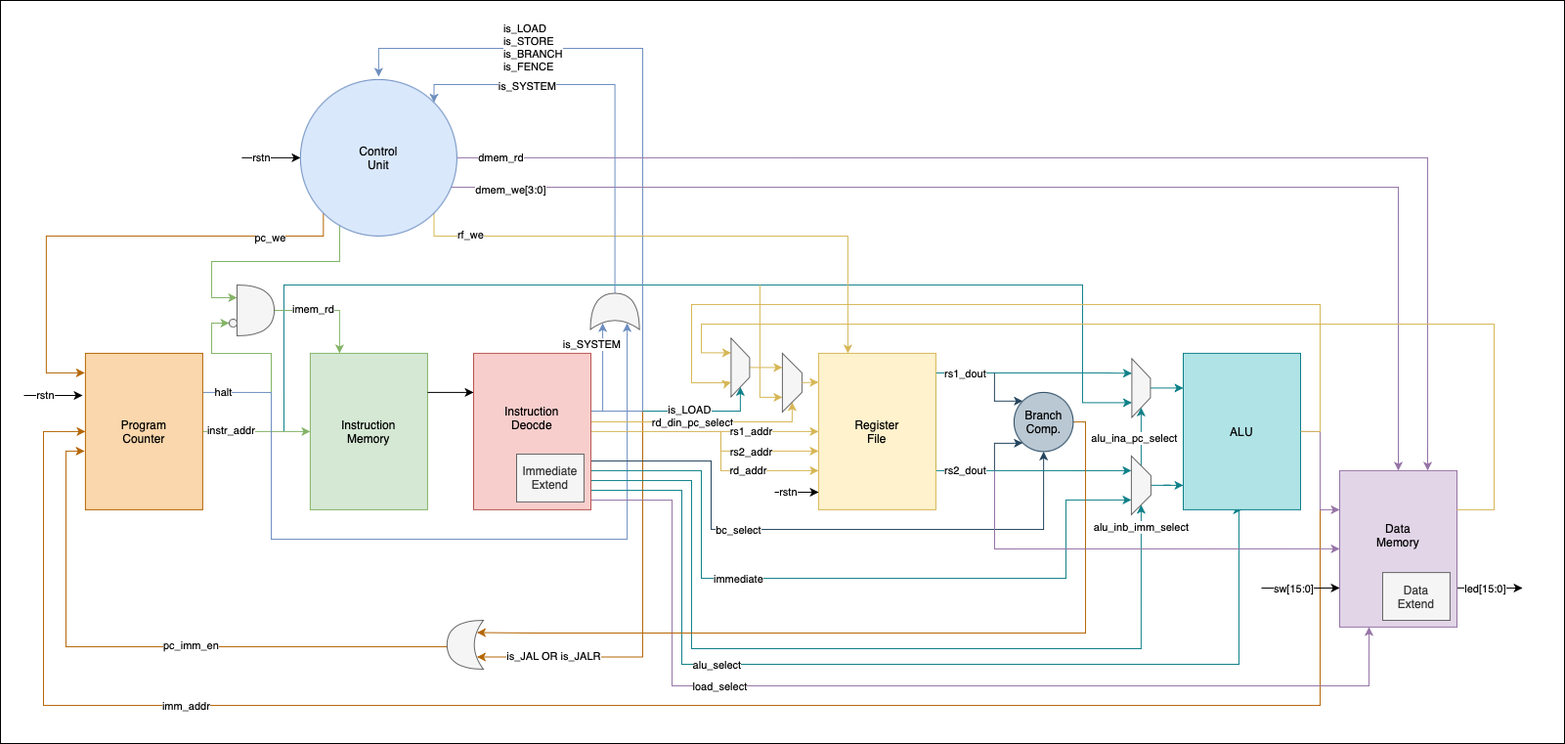
Above: Integration.drawio.png in bytechar/RISCV-32 (draw.io), before the change. Source tidied: cells renumbered, new cells last; positions are measured from the earlier drawing's top-left corner, leaving out a move shared by most shapes.
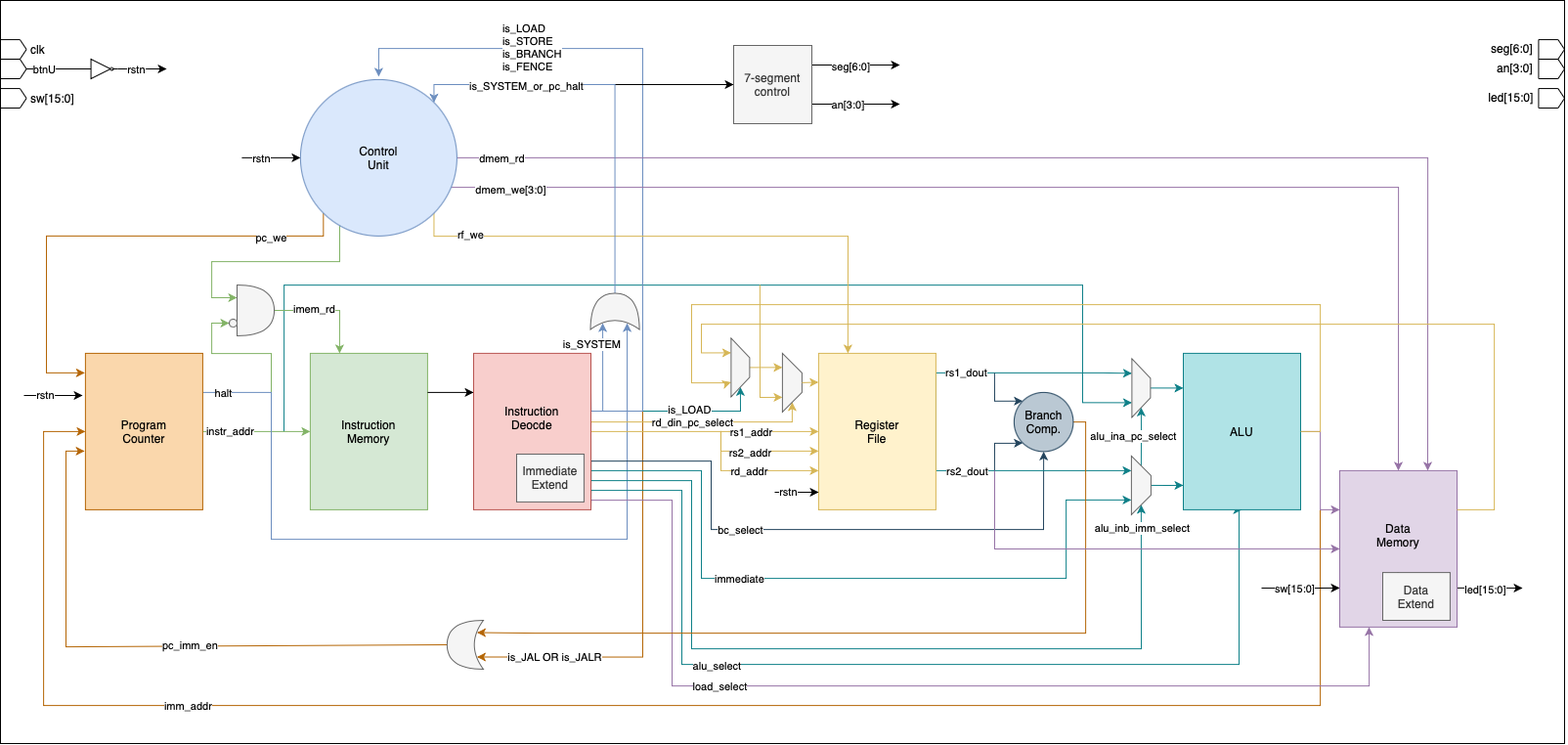
After the change.

Change to the diagram source:
```diff
@@ -471,6 +471,11 @@
     <mxCell id="78" style="edgeStyle=orthogonalEdgeStyle;rounded=0;jettySize=auto;html=1;exitX=0.5;exitY=0;exitDx=0;exitDy=0;entryX=0.25;entryY=1;entryDx=0;entryDy=0;strokeWidth=1;startArrow=none;startFill=0;endArrow=classic;endFill=1;fillColor=#fff2cc;strokeColor=#d6b656;" parent="1" edge="1" source="79" target="81">
       <mxGeometry relative="1" as="geometry" />
     </mxCell>
+    <mxCell id="99" style="endArrow=classic;html=1;rounded=0;entryX=0;entryY=0.5;entryDx=0;entryDy=0;" parent="1" edge="1" target="104">
+      <mxGeometry relative="1" as="geometry">
+        <mxPoint x="628" y="86" as="sourcePoint" />
+      </mxGeometry>
+    </mxCell>
     <mxCell id="79" style="shape=trapezoid;perimeter=trapezoidPerimeter;whiteSpace=wrap;html=1;fixedSize=1;rotation=90;fillColor=#f5f5f5;fontColor=#333333;strokeColor=#666666;" parent="1" vertex="1">
       <mxGeometry x="726.9" y="365.9" width="60" height="19" as="geometry" />
     </mxCell>
@@ -518,7 +523,7 @@
         </Array>
       </mxGeometry>
     </mxCell>
-    <mxCell id="88" value="is_SYSTEM" style="edgeLabel;html=1;align=center;verticalAlign=middle;" parent="87" vertex="1">
+    <mxCell id="88" value="is_SYSTEM_or_pc_halt" style="edgeLabel;html=1;align=center;verticalAlign=middle;" parent="87" vertex="1">
       <mxGeometry x="0.48" y="-3" relative="1" as="geometry">
         <mxPoint x="4" y="4" as="offset" />
       </mxGeometry>
@@ -555,5 +560,261 @@
     <mxCell id="98" value="Immediate&lt;br&gt;Extend" style="whiteSpace=wrap;html=1;fillColor=#f5f5f5;strokeColor=#666666;fontColor=#333333;" parent="1" vertex="1">
       <mxGeometry x="528" y="464" width="68.9" height="48.9" as="geometry" />
     </mxCell>
+    <mxCell id="100" style="edgeStyle=orthogonalEdgeStyle;rounded=0;jettySize=auto;html=1;exitX=1;exitY=0.25;exitDx=0;exitDy=0;" parent="1" edge="1" source="104">
+      <mxGeometry relative="1" as="geometry">
+        <mxPoint x="920" y="66" as="targetPoint" />
+      </mxGeometry>
+    </mxCell>
+    <mxCell id="101" value="seg[6:0]" style="edgeLabel;html=1;align=center;verticalAlign=middle;" parent="100" vertex="1">
+      <mxGeometry x="-0.29" y="-1" relative="1" as="geometry">
+        <mxPoint x="8" as="offset" />
+      </mxGeometry>
+    </mxCell>
+    <mxCell id="102" style="edgeStyle=orthogonalEdgeStyle;rounded=0;jettySize=auto;html=1;exitX=1;exitY=0.75;exitDx=0;exitDy=0;" parent="1" edge="1" source="104">
+      <mxGeometry relative="1" as="geometry">
+        <mxPoint x="920" y="106" as="targetPoint" />
+      </mxGeometry>
+    </mxCell>
+    <mxCell id="103" value="an[3:0]" style="edgeLabel;html=1;align=center;verticalAlign=middle;" parent="102" vertex="1">
+      <mxGeometry x="-0.21" relative="1" as="geometry" />
+    </mxCell>
+    <mxCell id="104" value="7-segment control" style="whiteSpace=wrap;html=1;fillColor=#f5f5f5;fontColor=#333333;strokeColor=#666666;" parent="1" vertex="1">
+      <mxGeometry x="750" y="46" width="80" height="80" as="geometry" />
+    </mxCell>
+    <mxCell id="105" style="group;" parent="1" vertex="1">
+      <mxGeometry y="40" width="26.6" height="20" as="geometry" />
+    </mxCell>
+    <mxCell id="106" style="endArrow=none;html=1;rounded=0;" parent="105" edge="1">
+      <mxGeometry relative="1" as="geometry">
+        <mxPoint y="0.1" as="sourcePoint" />
+        <mxPoint x="19.9" y="0.1" as="targetPoint" />
+      </mxGeometry>
+    </mxCell>
+    <mxCell id="107" style="endArrow=none;html=1;rounded=0;" parent="105" edge="1">
+      <mxGeometry relative="1" as="geometry">
+        <mxPoint y="20" as="sourcePoint" />
+        <mxPoint x="19.9" y="20" as="targetPoint" />
+      </mxGeometry>
+    </mxCell>
+    <mxCell id="108" style="endArrow=none;html=1;rounded=0;" parent="105" edge="1">
+      <mxGeometry relative="1" as="geometry">
+        <mxPoint y="19.9" as="sourcePoint" />
+        <mxPoint as="targetPoint" />
+      </mxGeometry>
+    </mxCell>
+    <mxCell id="109" style="endArrow=none;html=1;rounded=0;" parent="105" edge="1">
+      <mxGeometry relative="1" as="geometry">
+        <mxPoint x="19.9" y="20" as="sourcePoint" />
+        <mxPoint x="26.6" y="10" as="targetPoint" />
+      </mxGeometry>
+    </mxCell>
+    <mxCell id="110" style="endArrow=none;html=1;rounded=0;" parent="105" edge="1">
+      <mxGeometry relative="1" as="geometry">
+        <mxPoint x="26.6" y="10" as="sourcePoint" />
+        <mxPoint x="19.9" y="0.1" as="targetPoint" />
+      </mxGeometry>
+    </mxCell>
+    <mxCell id="111" style="group;" parent="1" vertex="1">
+      <mxGeometry y="60" width="26.6" height="20" as="geometry" />
+    </mxCell>
+    <mxCell id="112" style="endArrow=none;html=1;rounded=0;" parent="111" edge="1">
+      <mxGeometry relative="1" as="geometry">
+        <mxPoint y="0.1" as="sourcePoint" />
+        <mxPoint x="19.9" y="0.1" as="targetPoint" />
+      </mxGeometry>
+    </mxCell>
+    <mxCell id="113" style="endArrow=none;html=1;rounded=0;" parent="111" edge="1">
+      <mxGeometry relative="1" as="geometry">
+        <mxPoint y="20" as="sourcePoint" />
+        <mxPoint x="19.9" y="20" as="targetPoint" />
+      </mxGeometry>
+    </mxCell>
+    <mxCell id="114" style="endArrow=none;html=1;rounded=0;" parent="111" edge="1">
+      <mxGeometry relative="1" as="geometry">
+        <mxPoint y="19.9" as="sourcePoint" />
+        <mxPoint as="targetPoint" />
+      </mxGeometry>
+    </mxCell>
+    <mxCell id="115" style="endArrow=none;html=1;rounded=0;" parent="111" edge="1">
+      <mxGeometry relative="1" as="geometry">
+        <mxPoint x="19.9" y="20" as="sourcePoint" />
+        <mxPoint x="26.6" y="10" as="targetPoint" />
+      </mxGeometry>
+    </mxCell>
+    <mxCell id="116" style="endArrow=none;html=1;rounded=0;" parent="111" edge="1">
+      <mxGeometry relative="1" as="geometry">
+        <mxPoint x="26.6" y="10" as="sourcePoint" />
+        <mxPoint x="19.9" y="0.1" as="targetPoint" />
+      </mxGeometry>
+    </mxCell>
+    <mxCell id="117" style="group;" parent="1" vertex="1">
+      <mxGeometry y="90" width="26.6" height="20" as="geometry" />
+    </mxCell>
+    <mxCell id="118" style="endArrow=none;html=1;rounded=0;" parent="117" edge="1">
+      <mxGeometry relative="1" as="geometry">
+        <mxPoint y="0.1" as="sourcePoint" />
+        <mxPoint x="19.9" y="0.1" as="targetPoint" />
+      </mxGeometry>
+    </mxCell>
+    <mxCell id="119" style="endArrow=none;html=1;rounded=0;" parent="117" edge="1">
+      <mxGeometry relative="1" as="geometry">
+        <mxPoint y="20" as="sourcePoint" />
+        <mxPoint x="19.9" y="20" as="targetPoint" />
+      </mxGeometry>
+    </mxCell>
+    <mxCell id="120" style="endArrow=none;html=1;rounded=0;" parent="117" edge="1">
+      <mxGeometry relative="1" as="geometry">
+        <mxPoint y="19.9" as="sourcePoint" />
+        <mxPoint as="targetPoint" />
+      </mxGeometry>
+    </mxCell>
+    <mxCell id="121" style="endArrow=none;html=1;rounded=0;" parent="117" edge="1">
+      <mxGeometry relative="1" as="geometry">
+        <mxPoint x="19.9" y="20" as="sourcePoint" />
+        <mxPoint x="26.6" y="10" as="targetPoint" />
+      </mxGeometry>
+    </mxCell>
+    <mxCell id="122" style="endArrow=none;html=1;rounded=0;" parent="117" edge="1">
+      <mxGeometry relative="1" as="geometry">
+        <mxPoint x="26.6" y="10" as="sourcePoint" />
+        <mxPoint x="19.9" y="0.1" as="targetPoint" />
+      </mxGeometry>
+    </mxCell>
+    <mxCell id="123" value="clk" style="text;html=1;strokeColor=none;fillColor=none;align=center;verticalAlign=middle;whiteSpace=wrap;rounded=0;" parent="1" vertex="1">
+      <mxGeometry x="26.6" y="42.5" width="23.4" height="15" as="geometry" />
+    </mxCell>
+    <mxCell id="124" value="sw[15:0]" style="text;html=1;strokeColor=none;fillColor=none;align=center;verticalAlign=middle;whiteSpace=wrap;rounded=0;" parent="1" vertex="1">
+      <mxGeometry x="26.6" y="92.5" width="53.4" height="15" as="geometry" />
+    </mxCell>
+    <mxCell id="125" style="endArrow=none;html=1;rounded=0;exitX=0;exitY=0.5;exitDx=0;exitDy=0;" parent="1" edge="1">
+      <mxGeometry relative="1" as="geometry">
+        <mxPoint x="26.6" y="70" as="sourcePoint" />
+        <mxPoint x="90" y="70" as="targetPoint" />
+      </mxGeometry>
+    </mxCell>
+    <mxCell id="126" value="btnU" style="edgeLabel;html=1;align=center;verticalAlign=middle;" parent="125" vertex="1">
+      <mxGeometry x="-0.74" y="-1" relative="1" as="geometry">
+        <mxPoint x="8" y="-1" as="offset" />
+      </mxGeometry>
+    </mxCell>
+    <mxCell id="127" style="edgeStyle=orthogonalEdgeStyle;rounded=0;jettySize=auto;html=1;exitX=1;exitY=0.5;exitDx=0;exitDy=0;exitPerimeter=0;" parent="1" edge="1" source="129">
+      <mxGeometry relative="1" as="geometry">
+        <mxPoint x="170" y="70" as="targetPoint" />
+      </mxGeometry>
+    </mxCell>
+    <mxCell id="128" value="rstn" style="edgeLabel;html=1;align=center;verticalAlign=middle;" parent="127" vertex="1">
+      <mxGeometry x="-0.28" relative="1" as="geometry" />
+    </mxCell>
+    <mxCell id="129" style="verticalLabelPosition=bottom;shadow=0;dashed=0;align=center;html=1;verticalAlign=top;shape=mxgraph.electrical.logic_gates.inverter_2;" parent="1" vertex="1">
+      <mxGeometry x="86.9" y="60" width="33.3" height="20" as="geometry" />
+    </mxCell>
+    <mxCell id="130" style="group;" parent="1" vertex="1">
+      <mxGeometry x="1573.4" y="60" width="26.6" height="20" as="geometry" />
+    </mxCell>
+    <mxCell id="131" style="endArrow=none;html=1;rounded=0;" parent="130" edge="1">
+      <mxGeometry relative="1" as="geometry">
+        <mxPoint y="0.1" as="sourcePoint" />
+        <mxPoint x="19.9" y="0.1" as="targetPoint" />
+      </mxGeometry>
+    </mxCell>
+    <mxCell id="132" style="endArrow=none;html=1;rounded=0;" parent="130" edge="1">
+      <mxGeometry relative="1" as="geometry">
+        <mxPoint y="20" as="sourcePoint" />
+        <mxPoint x="19.9" y="20" as="targetPoint" />
+      </mxGeometry>
+    </mxCell>
+    <mxCell id="133" style="endArrow=none;html=1;rounded=0;" parent="130" edge="1">
+      <mxGeometry relative="1" as="geometry">
+        <mxPoint y="19.9" as="sourcePoint" />
+        <mxPoint as="targetPoint" />
+      </mxGeometry>
+    </mxCell>
+    <mxCell id="134" style="endArrow=none;html=1;rounded=0;" parent="130" edge="1">
+      <mxGeometry relative="1" as="geometry">
+        <mxPoint x="19.9" y="20" as="sourcePoint" />
+        <mxPoint x="26.6" y="10" as="targetPoint" />
+      </mxGeometry>
+    </mxCell>
+    <mxCell id="135" style="endArrow=none;html=1;rounded=0;" parent="130" edge="1">
+      <mxGeometry relative="1" as="geometry">
+        <mxPoint x="26.6" y="10" as="sourcePoint" />
+        <mxPoint x="19.9" y="0.1" as="targetPoint" />
+      </mxGeometry>
+    </mxCell>
+    <mxCell id="136" value="seg[6:0]" style="text;html=1;strokeColor=none;fillColor=none;align=center;verticalAlign=middle;whiteSpace=wrap;rounded=0;" parent="1" vertex="1">
+      <mxGeometry x="1520" y="41.5" width="53.4" height="15" as="geometry" />
+    </mxCell>
+    <mxCell id="137" style="group;" parent="1" vertex="1">
+      <mxGeometry x="1573.4" y="40" width="26.6" height="20" as="geometry" />
+    </mxCell>
+    <mxCell id="138" style="endArrow=none;html=1;rounded=0;" parent="137" edge="1">
+      <mxGeometry relative="1" as="geometry">
+        <mxPoint y="0.1" as="sourcePoint" />
+        <mxPoint x="19.9" y="0.1" as="targetPoint" />
+      </mxGeometry>
+    </mxCell>
+    <mxCell id="139" style="endArrow=none;html=1;rounded=0;" parent="137" edge="1">
+      <mxGeometry relative="1" as="geometry">
+        <mxPoint y="20" as="sourcePoint" />
+        <mxPoint x="19.9" y="20" as="targetPoint" />
+      </mxGeometry>
+    </mxCell>
+    <mxCell id="140" style="endArrow=none;html=1;rounded=0;" parent="137" edge="1">
+      <mxGeometry relative="1" as="geometry">
+        <mxPoint y="19.9" as="sourcePoint" />
+        <mxPoint as="targetPoint" />
+      </mxGeometry>
+    </mxCell>
+    <mxCell id="141" style="endArrow=none;html=1;rounded=0;" parent="137" edge="1">
+      <mxGeometry relative="1" as="geometry">
+        <mxPoint x="19.9" y="20" as="sourcePoint" />
+        <mxPoint x="26.6" y="10" as="targetPoint" />
+      </mxGeometry>
+    </mxCell>
+    <mxCell id="142" style="endArrow=none;html=1;rounded=0;" parent="137" edge="1">
+      <mxGeometry relative="1" as="geometry">
+        <mxPoint x="26.6" y="10" as="sourcePoint" />
+        <mxPoint x="19.9" y="0.1" as="targetPoint" />
+      </mxGeometry>
+    </mxCell>
+    <mxCell id="143" style="group;" parent="1" vertex="1">
+      <mxGeometry x="1573.4" y="90" width="26.6" height="20" as="geometry" />
+    </mxCell>
+    <mxCell id="144" style="endArrow=none;html=1;rounded=0;" parent="143" edge="1">
+      <mxGeometry relative="1" as="geometry">
+        <mxPoint y="0.1" as="sourcePoint" />
+        <mxPoint x="19.9" y="0.1" as="targetPoint" />
+      </mxGeometry>
+    </mxCell>
+    <mxCell id="145" style="endArrow=none;html=1;rounded=0;" parent="143" edge="1">
+      <mxGeometry relative="1" as="geometry">
+        <mxPoint y="20" as="sourcePoint" />
+        <mxPoint x="19.9" y="20" as="targetPoint" />
+      </mxGeometry>
+    </mxCell>
+    <mxCell id="146" style="endArrow=none;html=1;rounded=0;" parent="143" edge="1">
+      <mxGeometry relative="1" as="geometry">
+        <mxPoint y="19.9" as="sourcePoint" />
+        <mxPoint as="targetPoint" />
+      </mxGeometry>
+    </mxCell>
+    <mxCell id="147" style="endArrow=none;html=1;rounded=0;" parent="143" edge="1">
+      <mxGeometry relative="1" as="geometry">
+        <mxPoint x="19.9" y="20" as="sourcePoint" />
+        <mxPoint x="26.6" y="10" as="targetPoint" />
+      </mxGeometry>
+    </mxCell>
+    <mxCell id="148" style="endArrow=none;html=1;rounded=0;" parent="143" edge="1">
+      <mxGeometry relative="1" as="geometry">
+        <mxPoint x="26.6" y="10" as="sourcePoint" />
+        <mxPoint x="19.9" y="0.1" as="targetPoint" />
+      </mxGeometry>
+    </mxCell>
+    <mxCell id="149" value="an[3:0]" style="text;html=1;strokeColor=none;fillColor=none;align=center;verticalAlign=middle;whiteSpace=wrap;rounded=0;" parent="1" vertex="1">
+      <mxGeometry x="1528" y="61.5" width="43.4" height="15" as="geometry" />
+    </mxCell>
+    <mxCell id="150" value="led[15:0]" style="text;html=1;strokeColor=none;fillColor=none;align=center;verticalAlign=middle;whiteSpace=wrap;rounded=0;" parent="1" vertex="1">
+      <mxGeometry x="1520" y="91.5" width="51.4" height="15" as="geometry" />
+    </mxCell>
   </root>
 </mxGraphModel>
```
